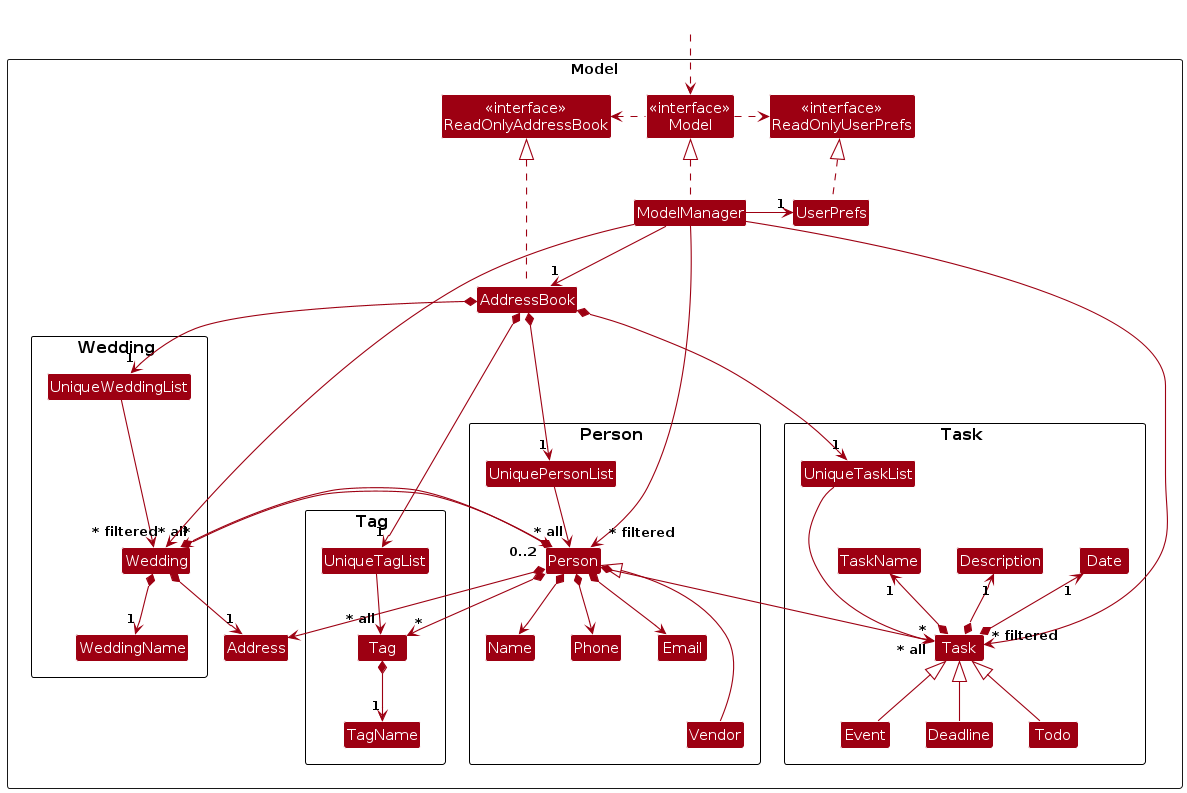
Before: diagrams/ModelClassDiagram.png, a diagram exported from PlantUML (riccoljy/tp). Its source is kept beside it as diagrams/ModelClassDiagram.puml. The source it was exported from:
```plantuml
@startuml
!include style.puml
skinparam arrowThickness 1.1
skinparam arrowColor MODEL_COLOR
skinparam classBackgroundColor MODEL_COLOR

Package Model as ModelPackage <<Rectangle>> {
    Class "<<interface>>\nReadOnlyAddressBook" as ReadOnlyAddressBook
    Class "<<interface>>\nReadOnlyUserPrefs" as ReadOnlyUserPrefs
    Class "<<interface>>\nModel" as Model
    Class AddressBook
    Class ModelManager
    Class UserPrefs
    Class Address

    Package "Person " {
        Class UniquePersonList
        Class Person
        Class Email
        Class Name
        Class Phone
        Class Vendor
    }

    Package "Wedding " {
        Class UniqueWeddingList
        Class Wedding
        Class WeddingName
    }

    Package "Tag " {
        Class UniqueTagList
        Class Tag
        Class TagName
    }

    Package "Task " {
            Class UniqueTaskList
            Class Task
            Class Description
            Class Todo
            Class Event
            Class Deadline
            Class TaskName
            Class Date
        }

    Class I #FFFFFF
}

Class HiddenOutside #FFFFFF
HiddenOutside .down.> Model

AddressBook .up.|> ReadOnlyAddressBook

ModelManager .up.|> Model
Model .right.> ReadOnlyUserPrefs
Model .left.> ReadOnlyAddressBook
ModelManager --> "1" AddressBook
ModelManager -right-> "1" UserPrefs
UserPrefs .up.|> ReadOnlyUserPrefs

AddressBook *--> "1" UniquePersonList
AddressBook *--> "1" UniqueWeddingList
AddressBook *--> "1" UniqueTagList
AddressBook *--> "1" UniqueTaskList

UniquePersonList --> "~* all" Person
Person *--> Name
Person *--> Phone
Person *--> Email
Person *--> Address
Person *--> "*" Tag
Person *--> "*" Task
Person *--> "*" Wedding
Vendor -up--|> Person

UniqueWeddingList ---> "~* all" Wedding

Wedding *--> "1" WeddingName
Wedding *--> "0..2" Person
Wedding *--> "1" Address

UniqueTagList --> "~* all" Tag
Tag *--> "1" TagName


UniqueTaskList ---> "~* all" Task
Task *-up-> "1" TaskName
Task *-up-> "1" Description
Task *-up-> "1" Date
Todo -up-|> Task
Event -up-|> Task
Deadline -up-|> Task

Person -[hidden]up--> I
UniquePersonList -[hidden]right-> I

Name -[hidden]right-> Phone
Phone -[hidden]right-> Address
Address -[hidden]right-> Email

ModelManager --> "~* filtered" Person
ModelManager --> "~* filtered" Wedding
ModelManager --> "~* filtered" Task

@enduml
```
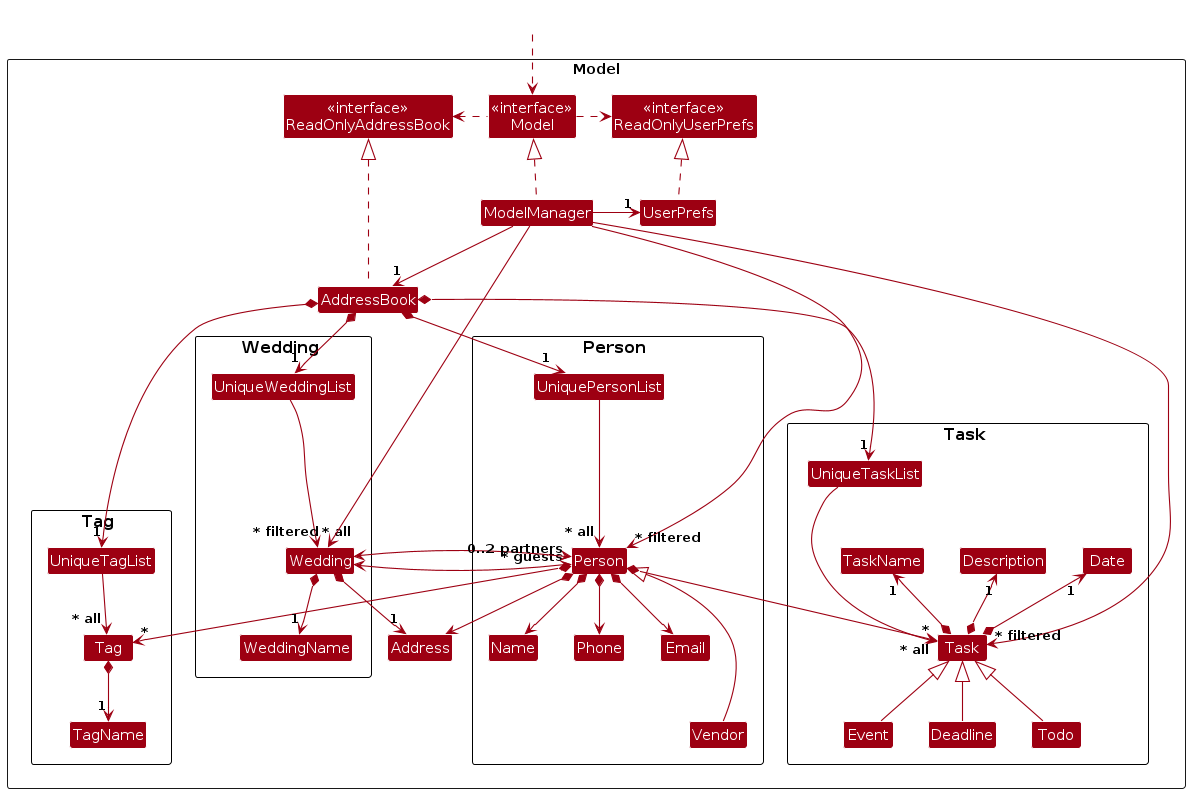
Above is the later version.

What changed in the source:
```diff
@@ -65,20 +65,20 @@
 AddressBook *--> "1" UniqueTagList
 AddressBook *--> "1" UniqueTaskList
 
-UniquePersonList --> "~* all" Person
+UniquePersonList ---> "~* all" Person
 Person *--> Name
 Person *--> Phone
 Person *--> Email
 Person *--> Address
 Person *--> "*" Tag
 Person *--> "*" Task
-Person *--> "*" Wedding
 Vendor -up--|> Person
 
 UniqueWeddingList ---> "~* all" Wedding
 
 Wedding *--> "1" WeddingName
-Wedding *--> "0..2" Person
+Wedding <-> "~* guests" Person
+Wedding <-up-> "0..2 partners" Person
 Wedding *--> "1" Address
 
 UniqueTagList --> "~* all" Tag
```
